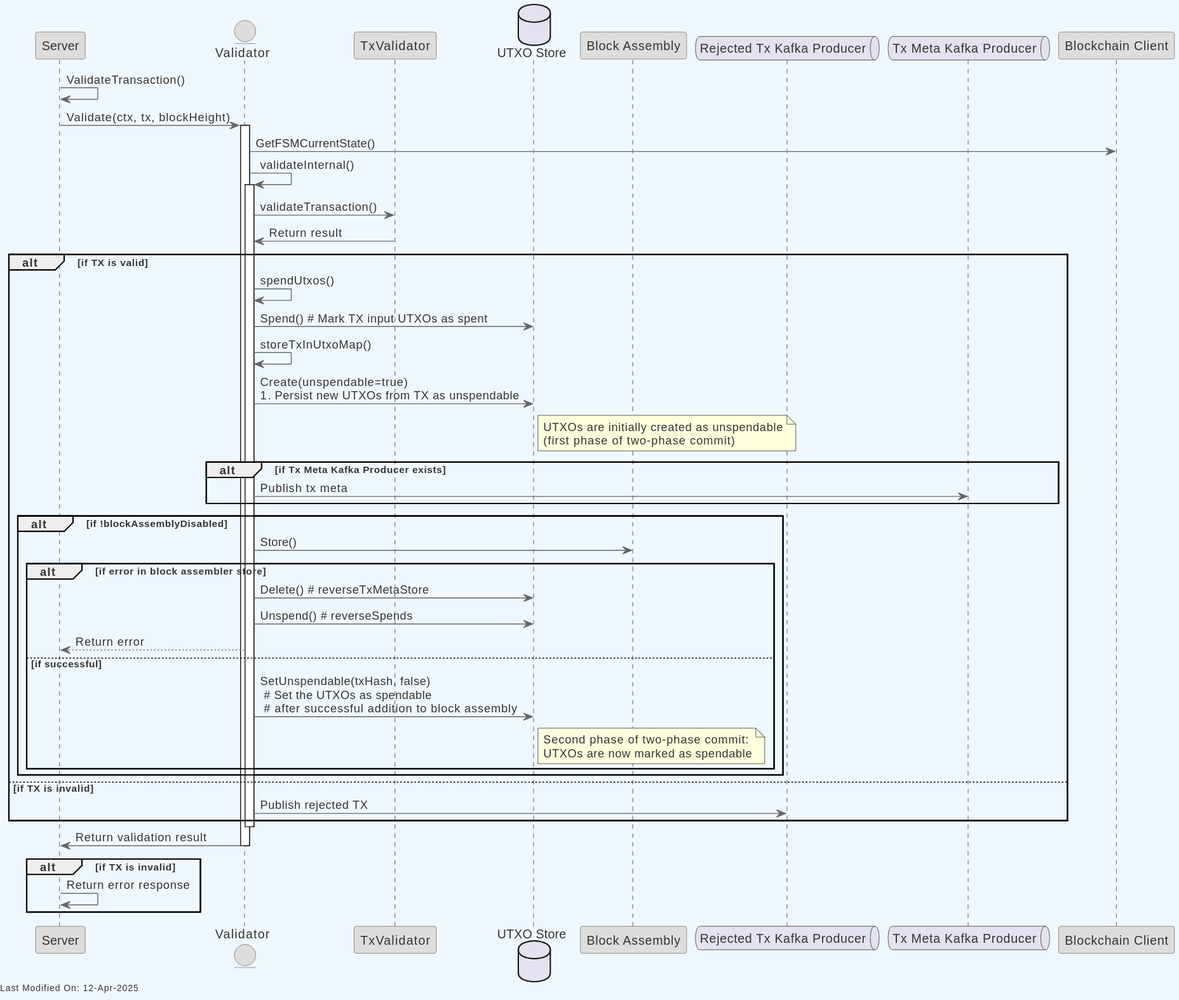
Earlier version of the PlantUML export docs/topics/services/img/plantuml/validator/tx_validation_post_process.svg (freemans13/teranode). Its source is kept beside it as docs/topics/services/img/plantuml/validator/tx_validation_post_process.puml.
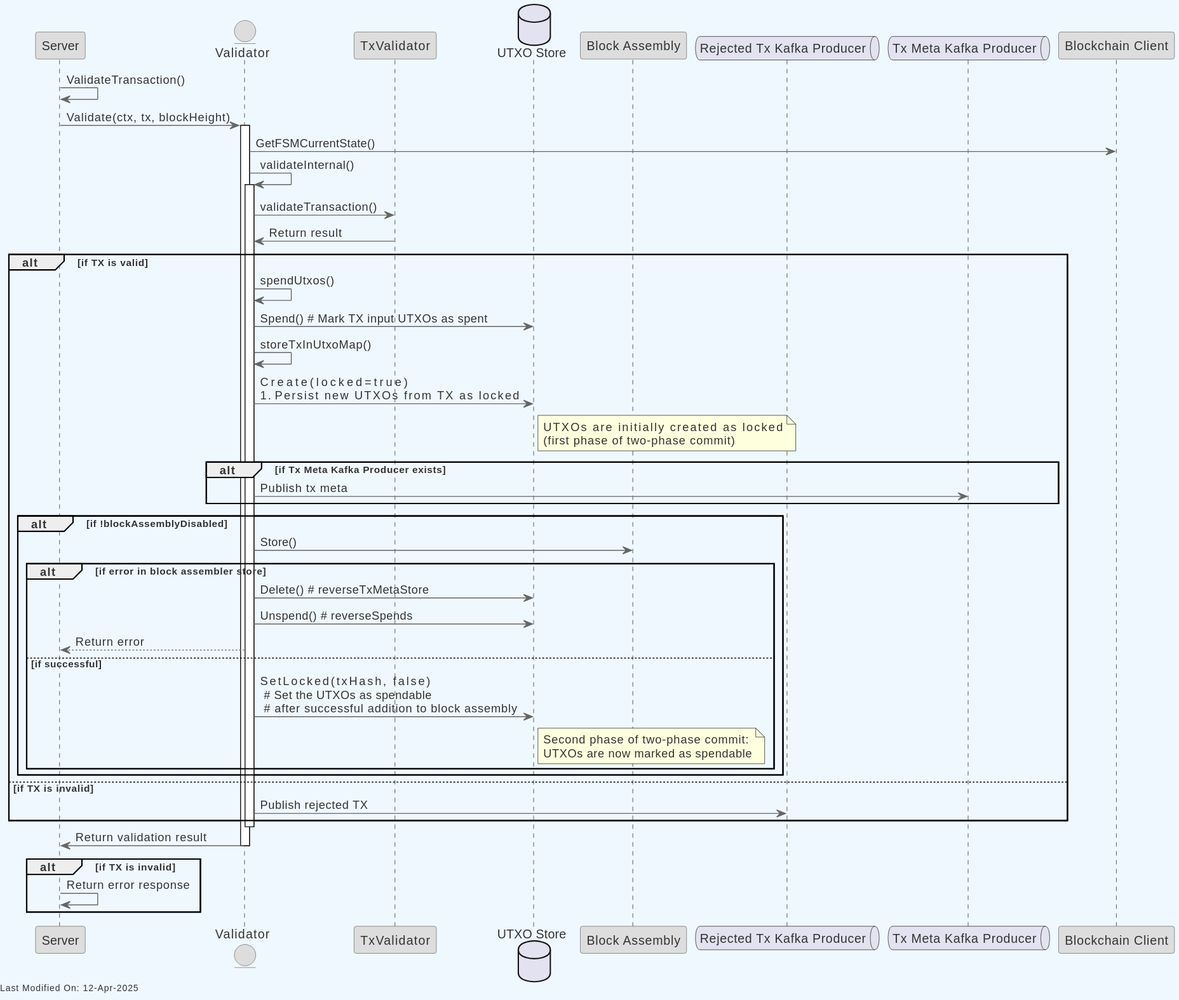
After the change.

The edit, as a diff of the source:
```diff
@@ -45,9 +45,9 @@
     Validator -> UTXOStore: Spend() # Mark TX input UTXOs as spent
 
     Validator -> Validator: storeTxInUtxoMap()
-    Validator -> UTXOStore: Create(unspendable=true) \n# Persist new UTXOs from TX as unspendable
+    Validator -> UTXOStore: Create(locked=true) \n# Persist new UTXOs from TX as locked
     note right of UTXOStore
-      UTXOs are initially created as unspendable
+      UTXOs are initially created as locked
       (first phase of two-phase commit)
     end note
 
@@ -62,7 +62,7 @@
             Validator -> UTXOStore: Unspend() # reverseSpends
             Validator --> Server: Return error
         else if successful
-            Validator -> UTXOStore: SetUnspendable(txHash, false)  \n # Set the UTXOs as spendable \n # after successful addition to block assembly
+            Validator -> UTXOStore: SetLocked(txHash, false)  \n # Set the UTXOs as locked \n # after successful addition to block assembly
             note right of UTXOStore
               Second phase of two-phase commit:
               UTXOs are now marked as spendable
```
